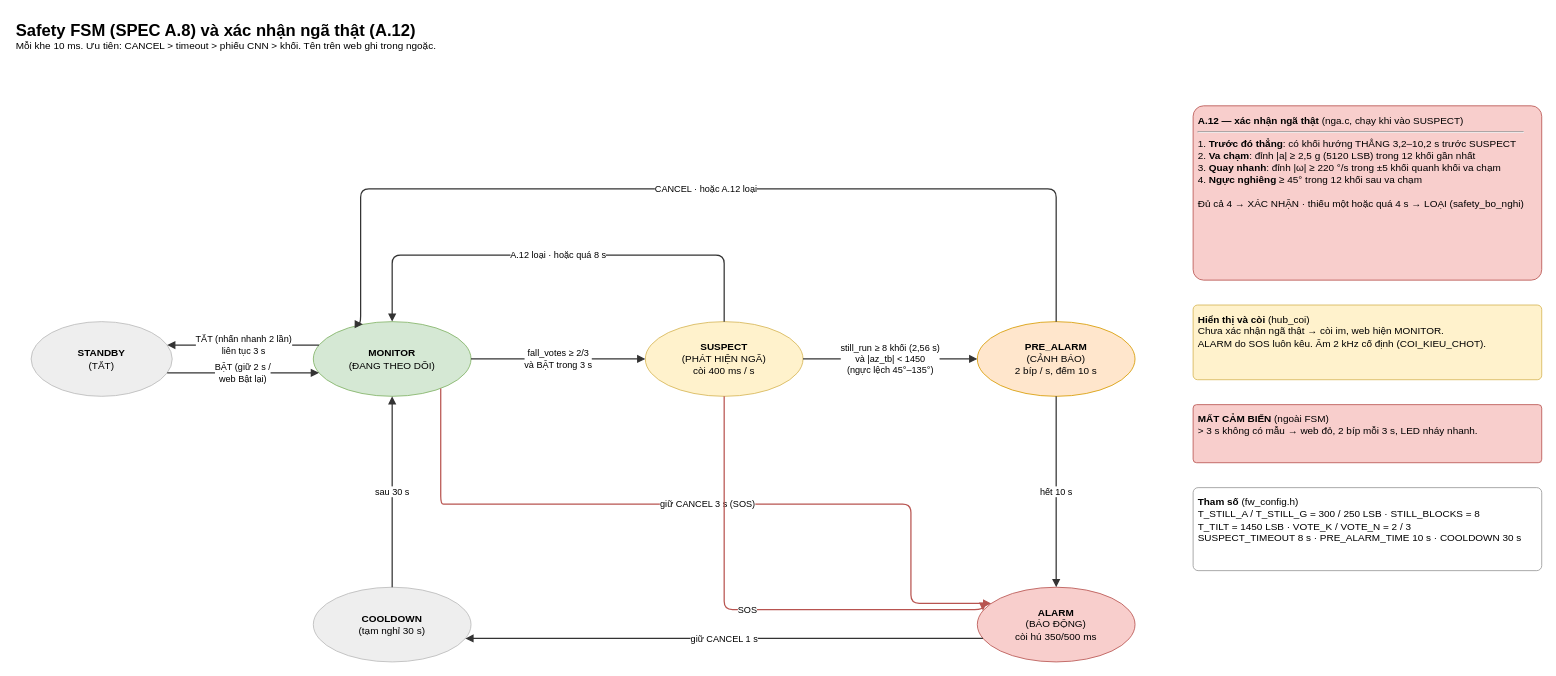
This is page "5. Safety FSM + xác nhận ngã" (5 of 8) of docs/so_do_he_thong.drawio from danhle396/fpga2026gowin, a draw.io file, before an edit. Source tidied: cells renumbered, new cells numbered last; positions are measured from the earlier drawing's top-left corner, leaving out a move shared by most shapes. Both pictures are drawn from the tidied source at 83%, with x=0, y=0 at pixel (14, 14).
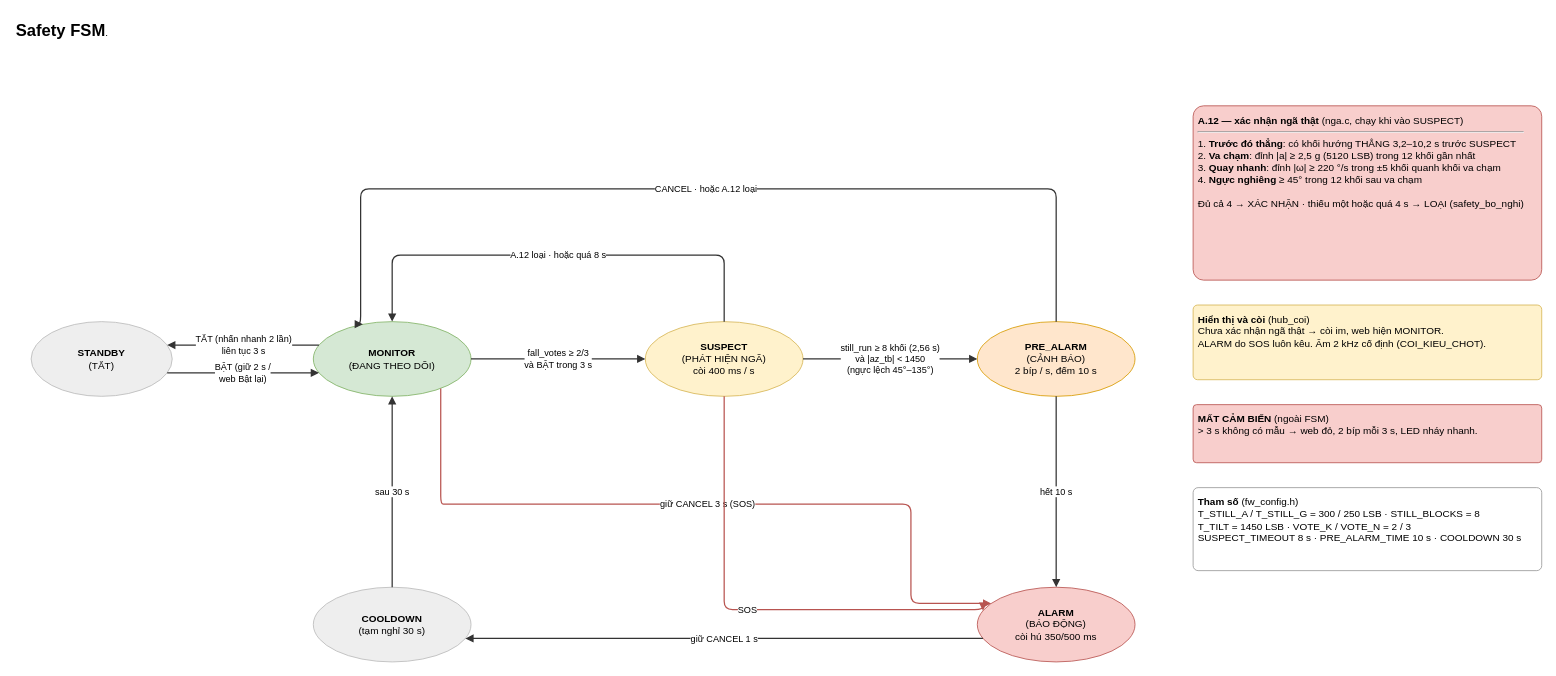
Above is the later version.

The edit, as a diff of the source:
```diff
@@
-    <mxCell id="2" value="&lt;b style='font-size:20px'&gt;Safety FSM (SPEC A.8) và xác nhận ngã thật (A.12)&lt;/b&gt;&lt;br&gt;Mỗi khe 10 ms. Ưu tiên: CANCEL &amp;gt; timeout &amp;gt; phiếu CNN &amp;gt; khối. Tên trên web ghi trong ngoặc." style="text;html=1;whiteSpace=wrap;align=left;verticalAlign=top;fontSize=12;" parent="1" vertex="1">
+    <mxCell id="2" value="&lt;b style=&quot;font-size:20px&quot;&gt;Safety FSM&lt;/b&gt;." style="text;html=1;whiteSpace=wrap;align=left;verticalAlign=top;fontSize=12;" parent="1" vertex="1">
       <mxGeometry width="1400" height="60" as="geometry" />
     </mxCell>
```
